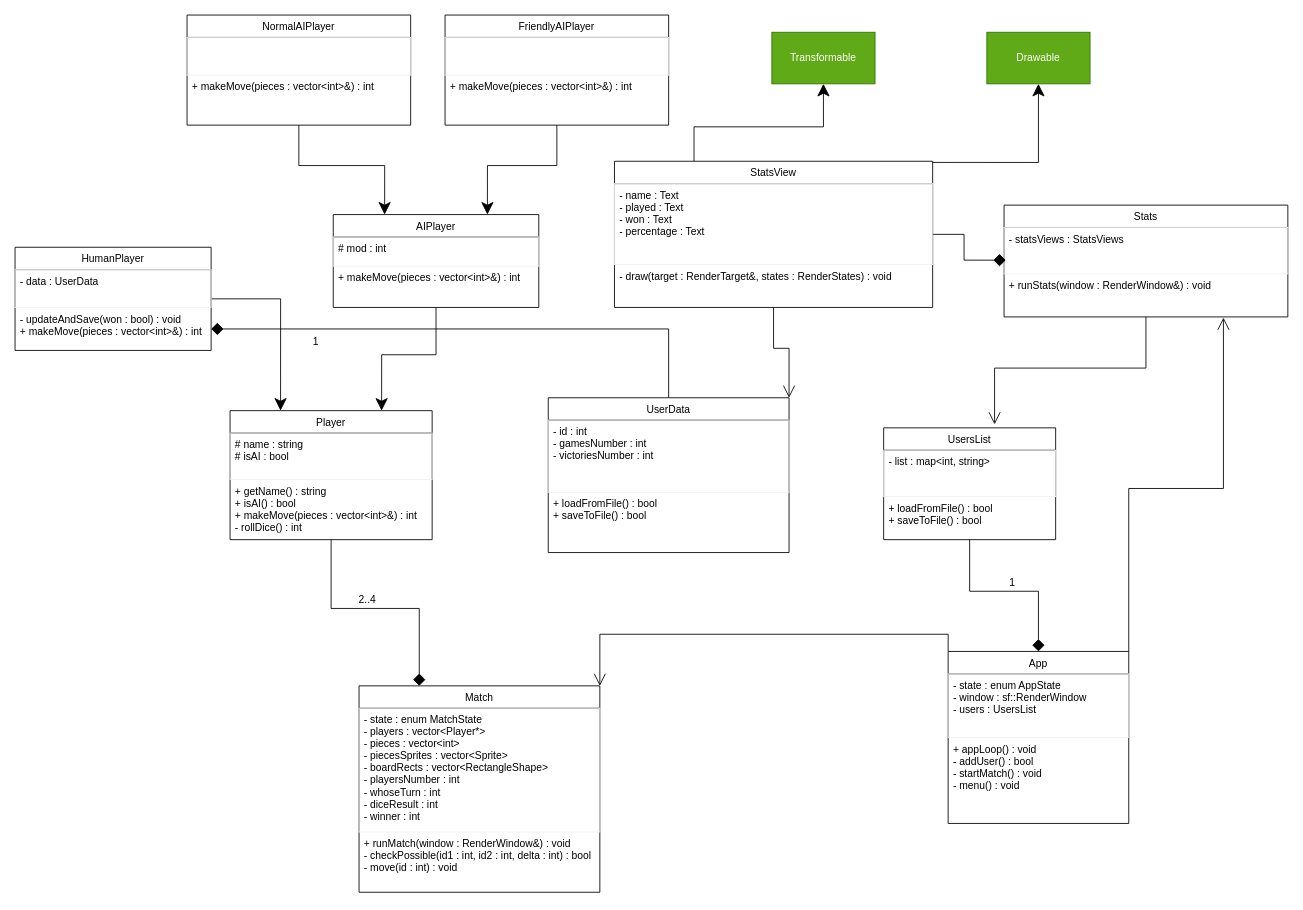
The draw.io diagram docs/diagram.drawio in cptkidd62/ludo-game, before the edit. Source tidied: cells renumbered, new cells numbered last; positions are measured from the earlier drawing's top-left corner, leaving out a move shared by most shapes. Both pictures are drawn from the tidied source at 86%, with x=0, y=0 at pixel (15, 15).
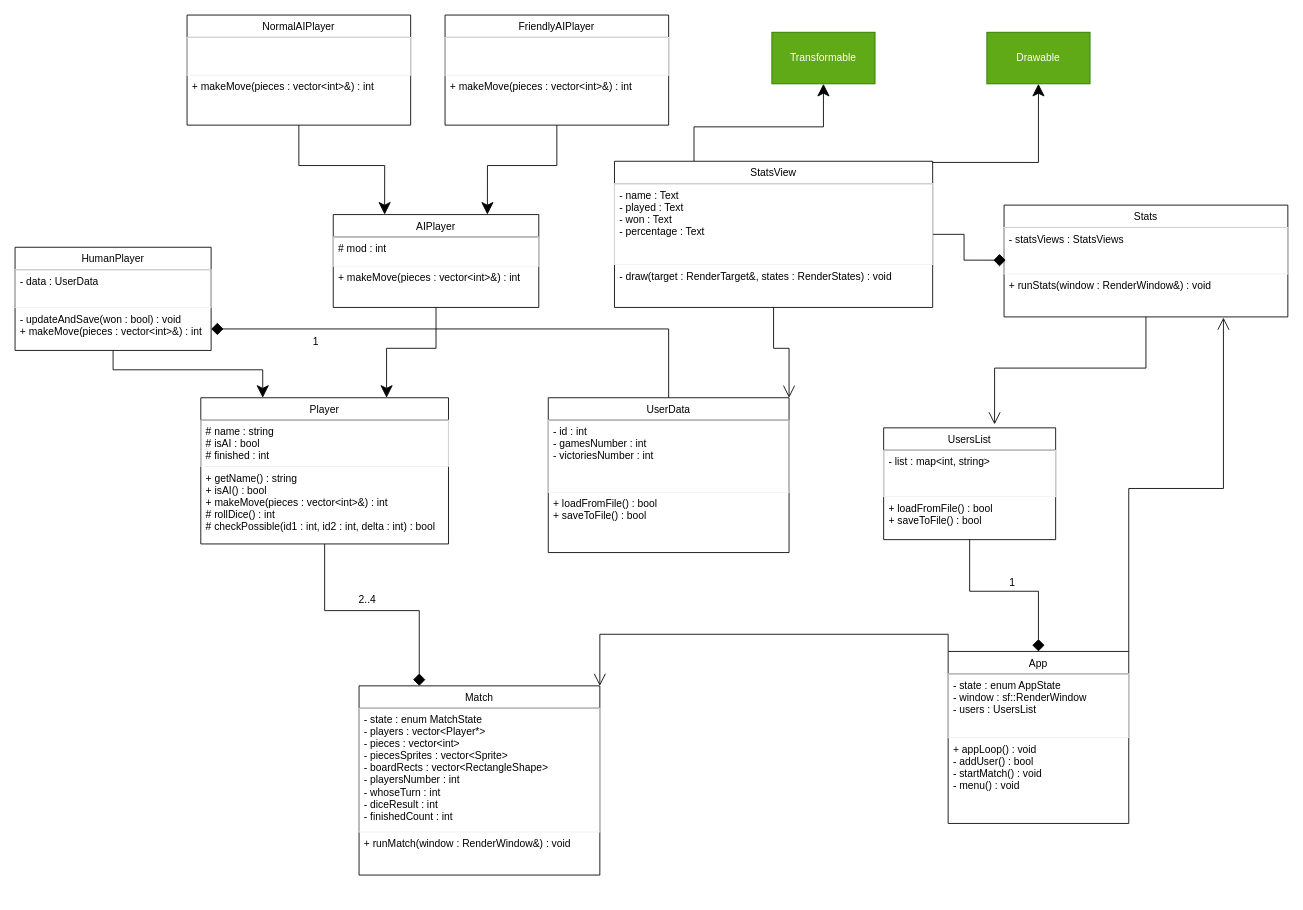
After the change.

Change to the diagram source:
```diff
@@
     <mxCell id="3" value="Player" style="swimlane;fontStyle=0;horizontal=1;startSize=26;" parent="1" vertex="1">
-      <mxGeometry x="250" y="460" width="235" height="150" as="geometry" />
+      <mxGeometry x="216" y="445" width="288" height="170" as="geometry" />
     </mxCell>
-    <mxCell id="4" value="# name : string&#10;# isAI : bool" style="text;fillColor=none;align=left;verticalAlign=top;spacingLeft=4;spacingRight=4;overflow=hidden;strokeColor=#f0f0f0;" parent="3" vertex="1">
-      <mxGeometry y="26" width="235" height="54" as="geometry" />
+    <mxCell id="4" value="# name : string&#10;# isAI : bool&#10;# finished : int" style="text;fillColor=none;align=left;verticalAlign=top;spacingLeft=4;spacingRight=4;overflow=hidden;strokeColor=#f0f0f0;" parent="3" vertex="1">
+      <mxGeometry y="26" width="288" height="54" as="geometry" />
     </mxCell>
-    <mxCell id="5" value="+ getName() : string&#10;+ isAI() : bool&#10;+ makeMove(pieces : vector&lt;int&gt;&amp;) : int&#10;- rollDice() : int" style="text;strokeColor=none;fillColor=none;align=left;verticalAlign=top;spacingLeft=4;spacingRight=4;overflow=hidden;" parent="3" vertex="1">
-      <mxGeometry y="80" width="235" height="70" as="geometry" />
+    <mxCell id="5" value="+ getName() : string&#10;+ isAI() : bool&#10;+ makeMove(pieces : vector&lt;int&gt;&amp;) : int&#10;# rollDice() : int&#10;# checkPossible(id1 : int, id2 : int, delta : int) : bool" style="text;strokeColor=none;fillColor=none;align=left;verticalAlign=top;spacingLeft=4;spacingRight=4;overflow=hidden;" parent="3" vertex="1">
+      <mxGeometry y="80" width="288" height="90" as="geometry" />
     </mxCell>
@@
     <mxCell id="19" value="Match" style="swimlane;fontStyle=0;horizontal=1;startSize=26;" parent="1" vertex="1">
-      <mxGeometry x="400" y="780" width="280" height="240" as="geometry" />
+      <mxGeometry x="400" y="780" width="280" height="220" as="geometry" />
     </mxCell>
-    <mxCell id="20" value="- state : enum MatchState&#10;- players : vector&lt;Player*&gt;&#10;- pieces : vector&lt;int&gt;&#10;- piecesSprites : vector&lt;Sprite&gt;&#10;- boardRects : vector&lt;RectangleShape&gt;&#10;- playersNumber : int&#10;- whoseTurn : int&#10;- diceResult : int&#10;- winner : int" style="text;fillColor=none;align=left;verticalAlign=top;spacingLeft=4;spacingRight=4;overflow=hidden;strokeColor=#f0f0f0;" parent="19" vertex="1">
+    <mxCell id="20" value="- state : enum MatchState&#10;- players : vector&lt;Player*&gt;&#10;- pieces : vector&lt;int&gt;&#10;- piecesSprites : vector&lt;Sprite&gt;&#10;- boardRects : vector&lt;RectangleShape&gt;&#10;- playersNumber : int&#10;- whoseTurn : int&#10;- diceResult : int&#10;- finishedCount : int" style="text;fillColor=none;align=left;verticalAlign=top;spacingLeft=4;spacingRight=4;overflow=hidden;strokeColor=#f0f0f0;" parent="19" vertex="1">
       <mxGeometry y="26" width="280" height="144" as="geometry" />
     </mxCell>
-    <mxCell id="21" value="+ runMatch(window : RenderWindow&amp;) : void&#10;- checkPossible(id1 : int, id2 : int, delta : int) : bool&#10;- move(id : int) : void" style="text;strokeColor=none;fillColor=none;align=left;verticalAlign=top;spacingLeft=4;spacingRight=4;overflow=hidden;" parent="19" vertex="1">
-      <mxGeometry y="170" width="280" height="70" as="geometry" />
+    <mxCell id="21" value="+ runMatch(window : RenderWindow&amp;) : void&#10;" style="text;strokeColor=none;fillColor=none;align=left;verticalAlign=top;spacingLeft=4;spacingRight=4;overflow=hidden;" parent="19" vertex="1">
+      <mxGeometry y="170" width="280" height="50" as="geometry" />
     </mxCell>
```
